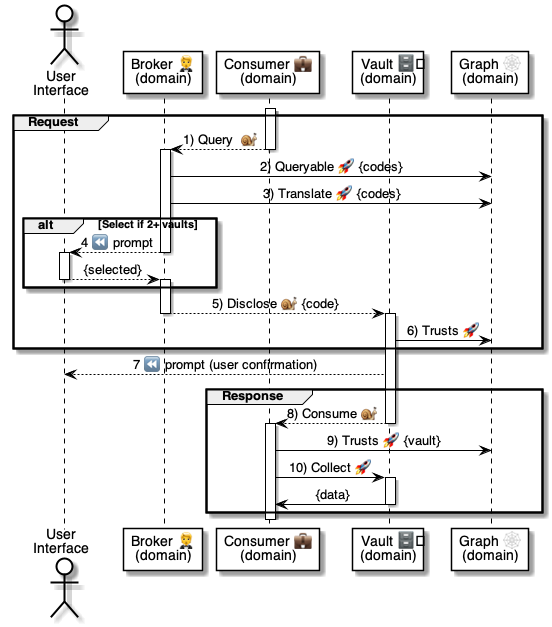
The PlantUML diagram 5 ⏩ Flows/20 💼⏩ Consumers/.📎 Assets/⚙️ Query Vault.png in pollyweb-org/pollyweb-docs, before a commit. Its source is kept beside it as 5 ⏩ Flows/20 💼⏩ Consumers/.📎 Assets/⚙️ Query Vault.puml. Its diagram source:
```plantuml
@startuml Wallet: Share()


actor "User\nInterface" as user
participant "Broker 🤵\n(domain)" as broker
participant "Consumer 💼\n(domain)" as consumer
participant "Vault 🗄️\n(domain)" as vault
participant "Graph 🕸\n(domain)" as graph


activate consumer

group Request

    consumer --> broker: 1) Query  🐌
    deactivate consumer

    activate broker
    broker -> graph: 2) Queryable 🚀 {codes}
    broker -> graph: 3) Translate 🚀 {codes}

    alt Select if 2+ vaults
        broker --> user: 4 ⏪ prompt
        deactivate broker

        activate user
            user --> broker: {selected}
        deactivate user

        activate broker
    end alt

    broker --> vault: 5) Disclose 🐌 {code}
    deactivate broker

    activate vault
    vault -> graph: 6) Trusts 🚀

end group


    vault --> user: 7 ⏪ prompt (user confirmation)



group Response

        vault --> consumer: 8) Consume 🐌
    deactivate vault

    activate consumer
        consumer -> graph: 9) Trusts 🚀 {vault}
        consumer -> vault: 10) Collect 🚀
        activate vault
            vault -> consumer: {data}
        deactivate vault

end group

    deactivate consumer

@enduml
```
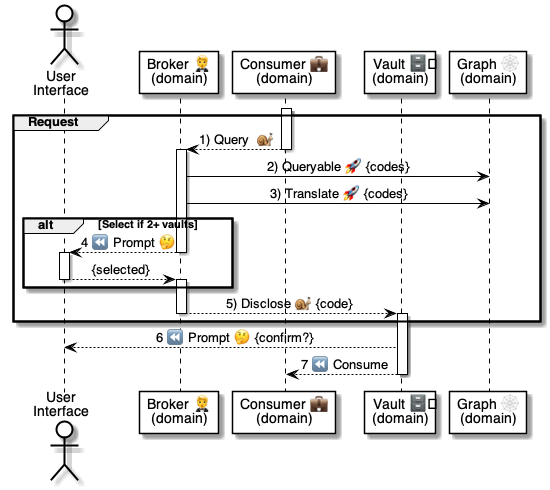
The same file after the commit.

What changed in the source:
```diff
@@ -20,7 +20,7 @@
     broker -> graph: 3) Translate 🚀 {codes}
 
     alt Select if 2+ vaults
-        broker --> user: 4 ⏪ prompt
+        broker --> user: 4 ⏪ Prompt 🤔
         deactivate broker
 
         activate user
@@ -34,29 +34,13 @@
     deactivate broker
 
     activate vault
-    vault -> graph: 6) Trusts 🚀
 
 end group
 
-
-    vault --> user: 7 ⏪ prompt (user confirmation)
+vault --> user: 6 ⏪ Prompt 🤔 {confirm?}
+vault --> consumer: 7 ⏪ Consume
+deactivate vault
 
 
 
-group Response
-
-        vault --> consumer: 8) Consume 🐌
-    deactivate vault
-
-    activate consumer
-        consumer -> graph: 9) Trusts 🚀 {vault}
-        consumer -> vault: 10) Collect 🚀
-        activate vault
-            vault -> consumer: {data}
-        deactivate vault
-
-end group
-
-    deactivate consumer
-
 @enduml
```
